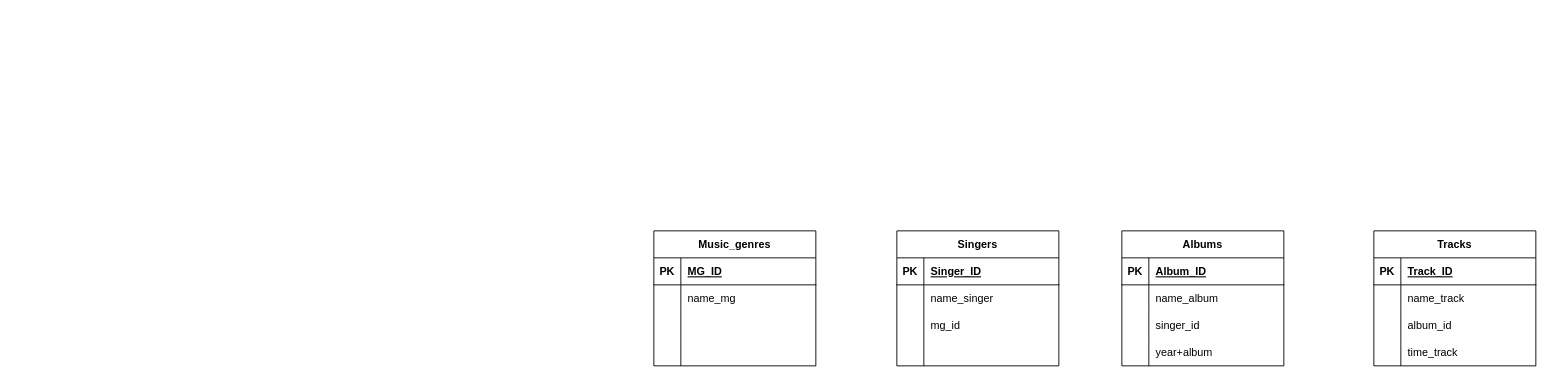
gluman/DB_2nd_homework keeps this draw.io diagram as Диаграмма без названия.drawio. Above is the earlier version. Source tidied: cells renumbered, new cells numbered last; positions are measured from the earlier drawing's top-left corner, leaving out a move shared by most shapes. Both pictures are drawn from the tidied source at 90%, with x=0, y=0 at pixel (653, 230).
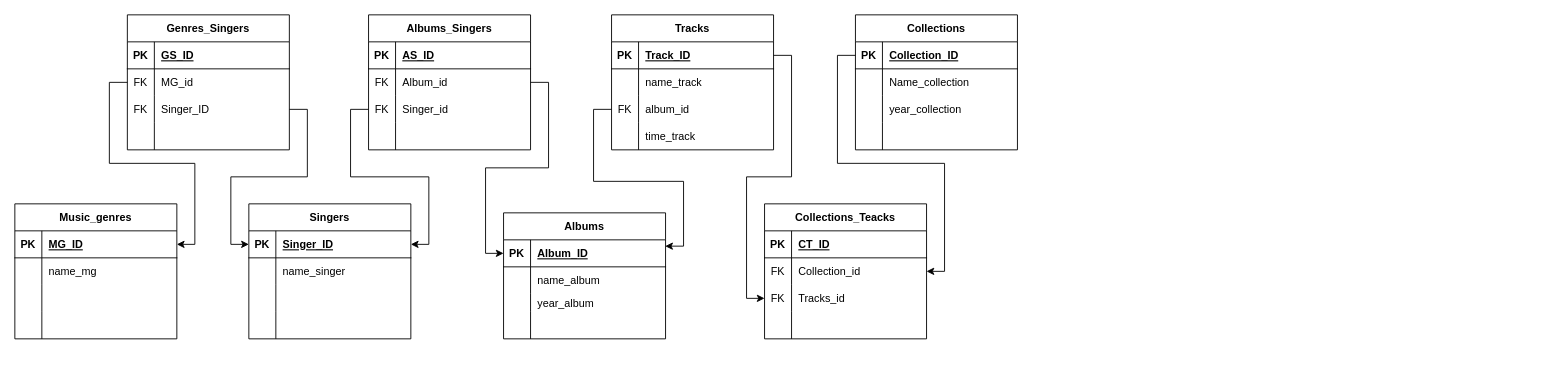
The same page after the edit.

The change refers to these unchanged cells:
```xml
<mxCell id="3" style="shape=tableRow;horizontal=0;startSize=0;swimlaneHead=0;swimlaneBody=0;fillColor=none;points=[[0,0.5],[1,0.5]];portConstraint=eastwest;top=0;left=0;right=0;bottom=1;" parent="2" vertex="1">
  <mxGeometry y="30" width="180" height="30" as="geometry" />
</mxCell>
<mxCell id="16" style="shape=tableRow;horizontal=0;startSize=0;swimlaneHead=0;swimlaneBody=0;fillColor=none;points=[[0,0.5],[1,0.5]];portConstraint=eastwest;top=0;left=0;right=0;bottom=1;" parent="15" vertex="1">
  <mxGeometry y="30" width="180" height="30" as="geometry" />
</mxCell>
<mxCell id="22" style="shape=tableRow;horizontal=0;startSize=0;swimlaneHead=0;swimlaneBody=0;fillColor=none;top=0;left=0;right=0;bottom=0;" parent="15" vertex="1">
  <mxGeometry y="90" width="180" height="30" as="geometry" />
</mxCell>
<mxCell id="29" style="shape=tableRow;horizontal=0;startSize=0;swimlaneHead=0;swimlaneBody=0;fillColor=none;points=[[0,0.5],[1,0.5]];portConstraint=eastwest;top=0;left=0;right=0;bottom=1;" parent="28" vertex="1">
  <mxGeometry y="30" width="180" height="30" as="geometry" />
</mxCell>
<mxCell id="42" style="shape=tableRow;horizontal=0;startSize=0;swimlaneHead=0;swimlaneBody=0;fillColor=none;points=[[0,0.5],[1,0.5]];portConstraint=eastwest;top=0;left=0;right=0;bottom=1;" parent="41" vertex="1">
  <mxGeometry y="30" width="180" height="30" as="geometry" />
</mxCell>
<mxCell id="48" style="shape=tableRow;horizontal=0;startSize=0;swimlaneHead=0;swimlaneBody=0;fillColor=none;points=[[0,0.5],[1,0.5]];portConstraint=eastwest;top=0;left=0;right=0;bottom=0;" parent="41" vertex="1">
  <mxGeometry y="90" width="180" height="30" as="geometry" />
</mxCell>
```

Change to the diagram source:
```diff
@@
     <mxCell id="2" value="Music_genres" style="shape=table;startSize=30;childLayout=tableLayout;rowLines=0;fontStyle=1;align=center;" parent="1" vertex="1">
-      <mxGeometry width="180" height="150" as="geometry" />
+      <mxGeometry x="-710" y="-30" width="180" height="150" as="geometry" />
     </mxCell>
@@
     <mxCell id="15" value="Singers" style="shape=table;startSize=30;childLayout=tableLayout;rowLines=0;fontStyle=1;align=center;" parent="1" vertex="1">
-      <mxGeometry x="270" width="180" height="150" as="geometry" />
+      <mxGeometry x="-450" y="-30" width="180" height="150" as="geometry" />
     </mxCell>
@@
-    <mxCell id="24" value="mg_id" style="shape=partialRectangle;fillColor=none;top=0;left=0;bottom=0;right=0;align=left;spacingLeft=6;overflow=hidden;" parent="22" vertex="1">
+    <mxCell id="24" style="shape=partialRectangle;fillColor=none;top=0;left=0;bottom=0;right=0;align=left;spacingLeft=6;overflow=hidden;" parent="22" vertex="1">
       <mxGeometry x="30" width="150" height="30" as="geometry" />
     </mxCell>
@@
     <mxCell id="28" value="Albums" style="shape=table;startSize=30;childLayout=tableLayout;rowLines=0;fontStyle=1;align=center;" parent="1" vertex="1">
-      <mxGeometry x="520" width="180" height="150" as="geometry" />
+      <mxGeometry x="-167" y="-20" width="180" height="140" as="geometry" />
     </mxCell>
@@
     <mxCell id="35" style="shape=tableRow;horizontal=0;startSize=0;swimlaneHead=0;swimlaneBody=0;fillColor=none;top=0;left=0;right=0;bottom=0;" parent="28" vertex="1">
-      <mxGeometry y="90" width="180" height="30" as="geometry" />
+      <mxGeometry y="90" width="180" height="20" as="geometry" />
     </mxCell>
     <mxCell id="36" style="shape=partialRectangle;fillColor=none;top=0;left=0;bottom=0;right=0;overflow=hidden;" parent="35" vertex="1">
-      <mxGeometry width="30" height="30" as="geometry" />
+      <mxGeometry width="30" height="20" as="geometry" />
     </mxCell>
-    <mxCell id="37" value="singer_id" style="shape=partialRectangle;fillColor=none;top=0;left=0;bottom=0;right=0;align=left;spacingLeft=6;overflow=hidden;" parent="35" vertex="1">
-      <mxGeometry x="30" width="150" height="30" as="geometry" />
+    <mxCell id="37" value="year_album" style="shape=partialRectangle;fillColor=none;top=0;left=0;bottom=0;right=0;align=left;spacingLeft=6;overflow=hidden;" parent="35" vertex="1">
+      <mxGeometry x="30" width="150" height="20" as="geometry" />
     </mxCell>
     <mxCell id="38" style="shape=tableRow;horizontal=0;startSize=0;swimlaneHead=0;swimlaneBody=0;fillColor=none;top=0;left=0;right=0;bottom=0;" parent="28" vertex="1">
-      <mxGeometry y="120" width="180" height="30" as="geometry" />
+      <mxGeometry y="110" width="180" height="30" as="geometry" />
     </mxCell>
@@
-    <mxCell id="40" value="year+album" style="shape=partialRectangle;fillColor=none;top=0;left=0;bottom=0;right=0;align=left;spacingLeft=6;overflow=hidden;" parent="38" vertex="1">
+    <mxCell id="40" style="shape=partialRectangle;fillColor=none;top=0;left=0;bottom=0;right=0;align=left;spacingLeft=6;overflow=hidden;" parent="38" vertex="1">
       <mxGeometry x="30" width="150" height="30" as="geometry" />
     </mxCell>
     <mxCell id="41" value="Tracks" style="shape=table;startSize=30;childLayout=tableLayout;rowLines=0;fontStyle=1;align=center;" parent="1" vertex="1">
-      <mxGeometry x="800" width="180" height="150" as="geometry" />
+      <mxGeometry x="-47" y="-240" width="180" height="150" as="geometry" />
     </mxCell>
@@
-    <mxCell id="49" style="shape=partialRectangle;fillColor=none;top=0;left=0;bottom=0;right=0;overflow=hidden;" parent="48" vertex="1">
+    <mxCell id="49" value="FK" style="shape=partialRectangle;fillColor=none;top=0;left=0;bottom=0;right=0;overflow=hidden;" parent="48" vertex="1">
       <mxGeometry width="30" height="30" as="geometry" />
     </mxCell>
@@
+    <mxCell id="54" value="Genres_Singers" style="shape=table;startSize=30;childLayout=tableLayout;rowLines=0;fontStyle=1;align=center;" parent="1" vertex="1">
+      <mxGeometry x="-585" y="-240" width="180" height="150" as="geometry" />
+    </mxCell>
+    <mxCell id="55" style="shape=tableRow;horizontal=0;startSize=0;swimlaneHead=0;swimlaneBody=0;fillColor=none;top=0;left=0;right=0;bottom=1;" parent="54" vertex="1">
+      <mxGeometry y="30" width="180" height="30" as="geometry" />
+    </mxCell>
+    <mxCell id="56" value="PK" style="shape=partialRectangle;fillColor=none;top=0;left=0;bottom=0;right=0;fontStyle=1;overflow=hidden;" parent="55" vertex="1">
+      <mxGeometry width="30" height="30" as="geometry" />
+    </mxCell>
+    <mxCell id="57" value="GS_ID" style="shape=partialRectangle;fillColor=none;top=0;left=0;bottom=0;right=0;align=left;spacingLeft=6;fontStyle=5;overflow=hidden;" parent="55" vertex="1">
+      <mxGeometry x="30" width="150" height="30" as="geometry" />
+    </mxCell>
+    <mxCell id="58" style="shape=tableRow;horizontal=0;startSize=0;swimlaneHead=0;swimlaneBody=0;fillColor=none;points=[[0,0.5],[1,0.5]];portConstraint=eastwest;top=0;left=0;right=0;bottom=0;" parent="54" vertex="1">
+      <mxGeometry y="60" width="180" height="30" as="geometry" />
+    </mxCell>
+    <mxCell id="59" value="FK" style="shape=partialRectangle;fillColor=none;top=0;left=0;bottom=0;right=0;overflow=hidden;" parent="58" vertex="1">
+      <mxGeometry width="30" height="30" as="geometry" />
+    </mxCell>
+    <mxCell id="60" value="MG_id" style="shape=partialRectangle;fillColor=none;top=0;left=0;bottom=0;right=0;align=left;spacingLeft=6;overflow=hidden;" parent="58" vertex="1">
+      <mxGeometry x="30" width="150" height="30" as="geometry" />
+    </mxCell>
+    <mxCell id="61" style="shape=tableRow;horizontal=0;startSize=0;swimlaneHead=0;swimlaneBody=0;fillColor=none;points=[[0,0.5],[1,0.5]];portConstraint=eastwest;top=0;left=0;right=0;bottom=0;" parent="54" vertex="1">
+      <mxGeometry y="90" width="180" height="30" as="geometry" />
+    </mxCell>
+    <mxCell id="62" value="FK" style="shape=partialRectangle;fillColor=none;top=0;left=0;bottom=0;right=0;overflow=hidden;" parent="61" vertex="1">
+      <mxGeometry width="30" height="30" as="geometry" />
+    </mxCell>
+    <mxCell id="63" value="Singer_ID" style="shape=partialRectangle;fillColor=none;top=0;left=0;bottom=0;right=0;align=left;spacingLeft=6;overflow=hidden;" parent="61" vertex="1">
+      <mxGeometry x="30" width="150" height="30" as="geometry" />
+    </mxCell>
+    <mxCell id="64" style="shape=tableRow;horizontal=0;startSize=0;swimlaneHead=0;swimlaneBody=0;fillColor=none;top=0;left=0;right=0;bottom=0;" parent="54" vertex="1">
+      <mxGeometry y="120" width="180" height="30" as="geometry" />
+    </mxCell>
+    <mxCell id="65" style="shape=partialRectangle;fillColor=none;top=0;left=0;bottom=0;right=0;overflow=hidden;" parent="64" vertex="1">
+      <mxGeometry width="30" height="30" as="geometry" />
+    </mxCell>
+    <mxCell id="66" style="shape=partialRectangle;fillColor=none;top=0;left=0;bottom=0;right=0;align=left;spacingLeft=6;overflow=hidden;" parent="64" vertex="1">
+      <mxGeometry x="30" width="150" height="30" as="geometry" />
+    </mxCell>
+    <mxCell id="67" style="edgeStyle=orthogonalEdgeStyle;rounded=0;jettySize=auto;html=1;entryX=0;entryY=0.5;entryDx=0;entryDy=0;" parent="1" edge="1" source="61" target="16">
+      <mxGeometry relative="1" as="geometry" />
+    </mxCell>
+    <mxCell id="68" style="edgeStyle=orthogonalEdgeStyle;rounded=0;jettySize=auto;html=1;entryX=1;entryY=0.5;entryDx=0;entryDy=0;exitX=0;exitY=0.5;exitDx=0;exitDy=0;" parent="1" edge="1" source="58" target="3">
+      <mxGeometry relative="1" as="geometry" />
+    </mxCell>
+    <mxCell id="69" value="Albums_Singers" style="shape=table;startSize=30;childLayout=tableLayout;rowLines=0;fontStyle=1;align=center;" parent="1" vertex="1">
+      <mxGeometry x="-317" y="-240" width="180" height="150" as="geometry" />
+    </mxCell>
+    <mxCell id="70" style="shape=tableRow;horizontal=0;startSize=0;swimlaneHead=0;swimlaneBody=0;fillColor=none;top=0;left=0;right=0;bottom=1;" parent="69" vertex="1">
+      <mxGeometry y="30" width="180" height="30" as="geometry" />
+    </mxCell>
+    <mxCell id="71" value="PK" style="shape=partialRectangle;fillColor=none;top=0;left=0;bottom=0;right=0;fontStyle=1;overflow=hidden;" parent="70" vertex="1">
+      <mxGeometry width="30" height="30" as="geometry" />
+    </mxCell>
+    <mxCell id="72" value="AS_ID" style="shape=partialRectangle;fillColor=none;top=0;left=0;bottom=0;right=0;align=left;spacingLeft=6;fontStyle=5;overflow=hidden;" parent="70" vertex="1">
+      <mxGeometry x="30" width="150" height="30" as="geometry" />
+    </mxCell>
+    <mxCell id="73" style="shape=tableRow;horizontal=0;startSize=0;swimlaneHead=0;swimlaneBody=0;fillColor=none;points=[[0,0.5],[1,0.5]];portConstraint=eastwest;top=0;left=0;right=0;bottom=0;" parent="69" vertex="1">
+      <mxGeometry y="60" width="180" height="30" as="geometry" />
+    </mxCell>
+    <mxCell id="74" value="FK" style="shape=partialRectangle;fillColor=none;top=0;left=0;bottom=0;right=0;overflow=hidden;" parent="73" vertex="1">
+      <mxGeometry width="30" height="30" as="geometry" />
+    </mxCell>
+    <mxCell id="75" value="Album_id" style="shape=partialRectangle;fillColor=none;top=0;left=0;bottom=0;right=0;align=left;spacingLeft=6;overflow=hidden;" parent="73" vertex="1">
+      <mxGeometry x="30" width="150" height="30" as="geometry" />
+    </mxCell>
+    <mxCell id="76" style="shape=tableRow;horizontal=0;startSize=0;swimlaneHead=0;swimlaneBody=0;fillColor=none;points=[[0,0.5],[1,0.5]];portConstraint=eastwest;top=0;left=0;right=0;bottom=0;" parent="69" vertex="1">
+      <mxGeometry y="90" width="180" height="30" as="geometry" />
+    </mxCell>
+    <mxCell id="77" value="FK" style="shape=partialRectangle;fillColor=none;top=0;left=0;bottom=0;right=0;overflow=hidden;" parent="76" vertex="1">
+      <mxGeometry width="30" height="30" as="geometry" />
+    </mxCell>
+    <mxCell id="78" value="Singer_id" style="shape=partialRectangle;fillColor=none;top=0;left=0;bottom=0;right=0;align=left;spacingLeft=6;overflow=hidden;" parent="76" vertex="1">
+      <mxGeometry x="30" width="150" height="30" as="geometry" />
+    </mxCell>
+    <mxCell id="79" style="shape=tableRow;horizontal=0;startSize=0;swimlaneHead=0;swimlaneBody=0;fillColor=none;top=0;left=0;right=0;bottom=0;" parent="69" vertex="1">
+      <mxGeometry y="120" width="180" height="30" as="geometry" />
+    </mxCell>
+    <mxCell id="80" style="shape=partialRectangle;fillColor=none;top=0;left=0;bottom=0;right=0;overflow=hidden;" parent="79" vertex="1">
+      <mxGeometry width="30" height="30" as="geometry" />
+    </mxCell>
+    <mxCell id="81" style="shape=partialRectangle;fillColor=none;top=0;left=0;bottom=0;right=0;align=left;spacingLeft=6;overflow=hidden;" parent="79" vertex="1">
+      <mxGeometry x="30" width="150" height="30" as="geometry" />
+    </mxCell>
+    <mxCell id="82" style="edgeStyle=orthogonalEdgeStyle;rounded=0;jettySize=auto;html=1;entryX=1;entryY=0.5;entryDx=0;entryDy=0;" parent="1" edge="1" source="76" target="16">
+      <mxGeometry relative="1" as="geometry" />
+    </mxCell>
+    <mxCell id="83" style="edgeStyle=orthogonalEdgeStyle;rounded=0;jettySize=auto;html=1;entryX=0;entryY=0.5;entryDx=0;entryDy=0;" parent="1" edge="1" source="73" target="29">
+      <mxGeometry relative="1" as="geometry" />
+    </mxCell>
+    <mxCell id="84" style="edgeStyle=orthogonalEdgeStyle;rounded=0;jettySize=auto;html=1;entryX=0.998;entryY=0.233;entryDx=0;entryDy=0;entryPerimeter=0;" parent="1" edge="1" source="48" target="29">
+      <mxGeometry relative="1" as="geometry" />
+    </mxCell>
+    <mxCell id="85" value="Сollections" style="shape=table;startSize=30;childLayout=tableLayout;rowLines=0;fontStyle=1;align=center;" parent="1" vertex="1">
+      <mxGeometry x="224" y="-240" width="180" height="150" as="geometry" />
+    </mxCell>
+    <mxCell id="86" style="shape=tableRow;horizontal=0;startSize=0;swimlaneHead=0;swimlaneBody=0;fillColor=none;points=[[0,0.5],[1,0.5]];portConstraint=eastwest;top=0;left=0;right=0;bottom=1;" parent="85" vertex="1">
+      <mxGeometry y="30" width="180" height="30" as="geometry" />
+    </mxCell>
+    <mxCell id="87" value="PK" style="shape=partialRectangle;fillColor=none;top=0;left=0;bottom=0;right=0;fontStyle=1;overflow=hidden;" parent="86" vertex="1">
+      <mxGeometry width="30" height="30" as="geometry" />
+    </mxCell>
+    <mxCell id="88" value="Collection_ID" style="shape=partialRectangle;fillColor=none;top=0;left=0;bottom=0;right=0;align=left;spacingLeft=6;fontStyle=5;overflow=hidden;" parent="86" vertex="1">
+      <mxGeometry x="30" width="150" height="30" as="geometry" />
+    </mxCell>
+    <mxCell id="89" style="shape=tableRow;horizontal=0;startSize=0;swimlaneHead=0;swimlaneBody=0;fillColor=none;top=0;left=0;right=0;bottom=0;" parent="85" vertex="1">
+      <mxGeometry y="60" width="180" height="30" as="geometry" />
+    </mxCell>
+    <mxCell id="90" style="shape=partialRectangle;fillColor=none;top=0;left=0;bottom=0;right=0;overflow=hidden;" parent="89" vertex="1">
+      <mxGeometry width="30" height="30" as="geometry" />
+    </mxCell>
+    <mxCell id="91" value="Name_collection" style="shape=partialRectangle;fillColor=none;top=0;left=0;bottom=0;right=0;align=left;spacingLeft=6;overflow=hidden;" parent="89" vertex="1">
+      <mxGeometry x="30" width="150" height="30" as="geometry" />
+    </mxCell>
+    <mxCell id="92" style="shape=tableRow;horizontal=0;startSize=0;swimlaneHead=0;swimlaneBody=0;fillColor=none;top=0;left=0;right=0;bottom=0;" parent="85" vertex="1">
+      <mxGeometry y="90" width="180" height="30" as="geometry" />
+    </mxCell>
+    <mxCell id="93" style="shape=partialRectangle;fillColor=none;top=0;left=0;bottom=0;right=0;overflow=hidden;" parent="92" vertex="1">
+      <mxGeometry width="30" height="30" as="geometry" />
+    </mxCell>
+    <mxCell id="94" value="year_collection" style="shape=partialRectangle;fillColor=none;top=0;left=0;bottom=0;right=0;align=left;spacingLeft=6;overflow=hidden;" parent="92" vertex="1">
+      <mxGeometry x="30" width="150" height="30" as="geometry" />
+    </mxCell>
+    <mxCell id="95" style="shape=tableRow;horizontal=0;startSize=0;swimlaneHead=0;swimlaneBody=0;fillColor=none;top=0;left=0;right=0;bottom=0;" parent="85" vertex="1">
+      <mxGeometry y="120" width="180" height="30" as="geometry" />
+    </mxCell>
+    <mxCell id="96" style="shape=partialRectangle;fillColor=none;top=0;left=0;bottom=0;right=0;overflow=hidden;" parent="95" vertex="1">
+      <mxGeometry width="30" height="30" as="geometry" />
+    </mxCell>
+    <mxCell id="97" style="shape=partialRectangle;fillColor=none;top=0;left=0;bottom=0;right=0;align=left;spacingLeft=6;overflow=hidden;" parent="95" vertex="1">
+      <mxGeometry x="30" width="150" height="30" as="geometry" />
+    </mxCell>
+    <mxCell id="98" value="Collections_Teacks" style="shape=table;startSize=30;childLayout=tableLayout;rowLines=0;fontStyle=1;align=center;" parent="1" vertex="1">
+      <mxGeometry x="123" y="-30" width="180" height="150" as="geometry" />
+    </mxCell>
+    <mxCell id="99" style="shape=tableRow;horizontal=0;startSize=0;swimlaneHead=0;swimlaneBody=0;fillColor=none;top=0;left=0;right=0;bottom=1;" parent="98" vertex="1">
+      <mxGeometry y="30" width="180" height="30" as="geometry" />
+    </mxCell>
+    <mxCell id="100" value="PK" style="shape=partialRectangle;fillColor=none;top=0;left=0;bottom=0;right=0;fontStyle=1;overflow=hidden;" parent="99" vertex="1">
+      <mxGeometry width="30" height="30" as="geometry" />
+    </mxCell>
+    <mxCell id="101" value="CT_ID" style="shape=partialRectangle;fillColor=none;top=0;left=0;bottom=0;right=0;align=left;spacingLeft=6;fontStyle=5;overflow=hidden;" parent="99" vertex="1">
+      <mxGeometry x="30" width="150" height="30" as="geometry" />
+    </mxCell>
+    <mxCell id="102" style="shape=tableRow;horizontal=0;startSize=0;swimlaneHead=0;swimlaneBody=0;fillColor=none;points=[[0,0.5],[1,0.5]];portConstraint=eastwest;top=0;left=0;right=0;bottom=0;" parent="98" vertex="1">
+      <mxGeometry y="60" width="180" height="30" as="geometry" />
+    </mxCell>
+    <mxCell id="103" value="FK" style="shape=partialRectangle;fillColor=none;top=0;left=0;bottom=0;right=0;overflow=hidden;" parent="102" vertex="1">
+      <mxGeometry width="30" height="30" as="geometry" />
+    </mxCell>
+    <mxCell id="104" value="Collection_id" style="shape=partialRectangle;fillColor=none;top=0;left=0;bottom=0;right=0;align=left;spacingLeft=6;overflow=hidden;" parent="102" vertex="1">
+      <mxGeometry x="30" width="150" height="30" as="geometry" />
+    </mxCell>
+    <mxCell id="105" style="shape=tableRow;horizontal=0;startSize=0;swimlaneHead=0;swimlaneBody=0;fillColor=none;points=[[0,0.5],[1,0.5]];portConstraint=eastwest;top=0;left=0;right=0;bottom=0;" parent="98" vertex="1">
+      <mxGeometry y="90" width="180" height="30" as="geometry" />
+    </mxCell>
+    <mxCell id="106" value="FK" style="shape=partialRectangle;fillColor=none;top=0;left=0;bottom=0;right=0;overflow=hidden;" parent="105" vertex="1">
+      <mxGeometry width="30" height="30" as="geometry" />
+    </mxCell>
+    <mxCell id="107" value="Tracks_id" style="shape=partialRectangle;fillColor=none;top=0;left=0;bottom=0;right=0;align=left;spacingLeft=6;overflow=hidden;" parent="105" vertex="1">
+      <mxGeometry x="30" width="150" height="30" as="geometry" />
+    </mxCell>
+    <mxCell id="108" style="shape=tableRow;horizontal=0;startSize=0;swimlaneHead=0;swimlaneBody=0;fillColor=none;top=0;left=0;right=0;bottom=0;" parent="98" vertex="1">
+      <mxGeometry y="120" width="180" height="30" as="geometry" />
+    </mxCell>
+    <mxCell id="109" style="shape=partialRectangle;fillColor=none;top=0;left=0;bottom=0;right=0;overflow=hidden;" parent="108" vertex="1">
+      <mxGeometry width="30" height="30" as="geometry" />
+    </mxCell>
+    <mxCell id="110" style="shape=partialRectangle;fillColor=none;top=0;left=0;bottom=0;right=0;align=left;spacingLeft=6;overflow=hidden;" parent="108" vertex="1">
+      <mxGeometry x="30" width="150" height="30" as="geometry" />
+    </mxCell>
+    <mxCell id="111" style="edgeStyle=orthogonalEdgeStyle;rounded=0;jettySize=auto;html=1;entryX=1;entryY=0.5;entryDx=0;entryDy=0;" parent="1" edge="1" source="86" target="102">
+      <mxGeometry relative="1" as="geometry" />
+    </mxCell>
+    <mxCell id="112" style="edgeStyle=orthogonalEdgeStyle;rounded=0;jettySize=auto;html=1;entryX=0;entryY=0.5;entryDx=0;entryDy=0;" parent="1" edge="1" source="42" target="105">
+      <mxGeometry relative="1" as="geometry" />
+    </mxCell>
```
